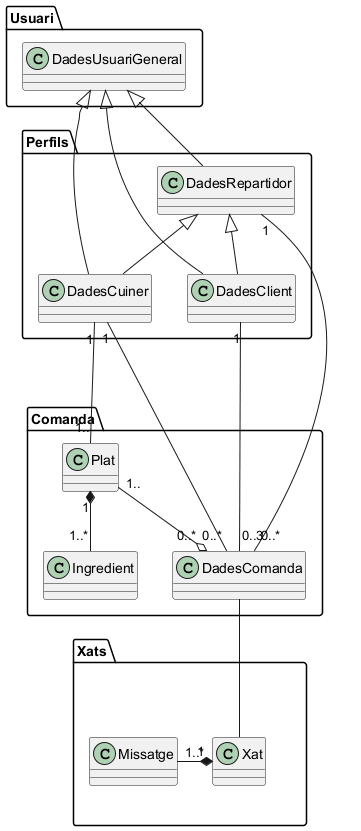
Before: documents/Diagrames/Classes/GENERAL/DC General.png, a diagram exported from PlantUML (martipages/ES23UAB431-02). The source it was exported from:
```plantuml
@startuml
skinparam groupInheritance 1

skinparam package<<Layout>> {
  borderColor Transparent
  backgroundColor Transparent
  fontColor Transparent
  stereotypeFontColor Transparent
  BorderThickness 10
}

namespace Perfils{
class DadesRepartidor
class DadesCuiner
class DadesClient
}

namespace Comanda {
class Ingredient
class Plat
class DadesComanda
}

namespace Xats {
 package p1 <<Layout>>{
class Xat
}
class Missatge
}

namespace Usuari{
class DadesUsuariGeneral
}

DadesUsuariGeneral <|-down- DadesRepartidor
DadesUsuariGeneral <|-down- DadesCuiner
DadesUsuariGeneral <|-down- DadesClient
DadesRepartidor <|-down- DadesClient
DadesRepartidor <|-down- DadesCuiner

DadesComanda -- Xat

DadesCuiner "1" -down- "1.." Plat
DadesClient "1" --down-- "0..3" DadesComanda
DadesRepartidor "1" --down-- "0..*" DadesComanda
DadesCuiner "1" -- "0..*" DadesComanda
Plat "1.." -down-o "0..*" DadesComanda
Xat "1" *- "1..*" Missatge
Plat "1" *-- "1..*" Ingredient
@enduml
```
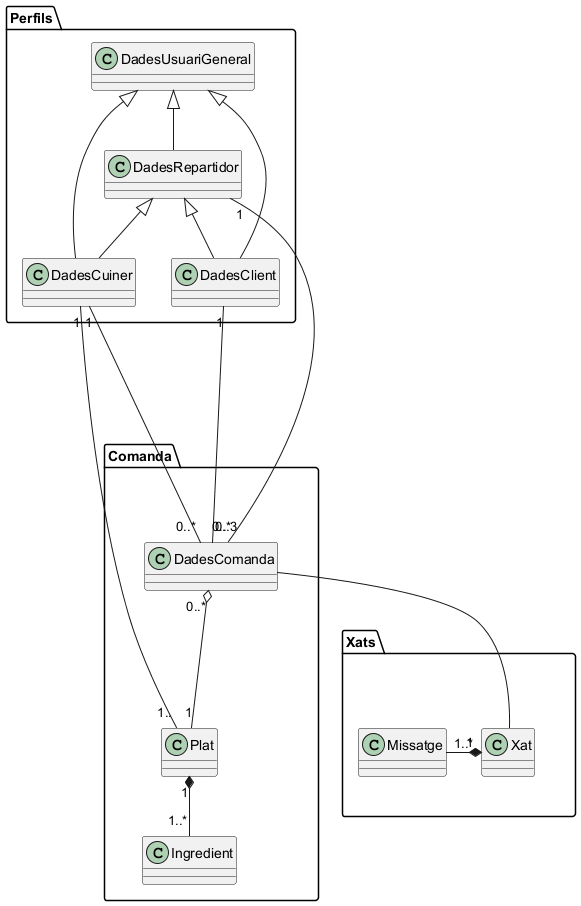
After the change.

What changed in the source:
```diff
@@ -13,12 +13,15 @@
 class DadesRepartidor
 class DadesCuiner
 class DadesClient
+class DadesUsuariGeneral
 }
 
 namespace Comanda {
 class Ingredient
+ package p2 <<Layout>>{
+class DadesComanda
+}
 class Plat
-class DadesComanda
 }
 
 namespace Xats {
@@ -26,10 +29,6 @@
 class Xat
 }
 class Missatge
-}
-
-namespace Usuari{
-class DadesUsuariGeneral
 }
 
 DadesUsuariGeneral <|-down- DadesRepartidor
@@ -44,7 +43,7 @@
 DadesClient "1" --down-- "0..3" DadesComanda
 DadesRepartidor "1" --down-- "0..*" DadesComanda
 DadesCuiner "1" -- "0..*" DadesComanda
-Plat "1.." -down-o "0..*" DadesComanda
+Plat "1" -up-o "0..*" DadesComanda
 Xat "1" *- "1..*" Missatge
 Plat "1" *-- "1..*" Ingredient
 @enduml
```
